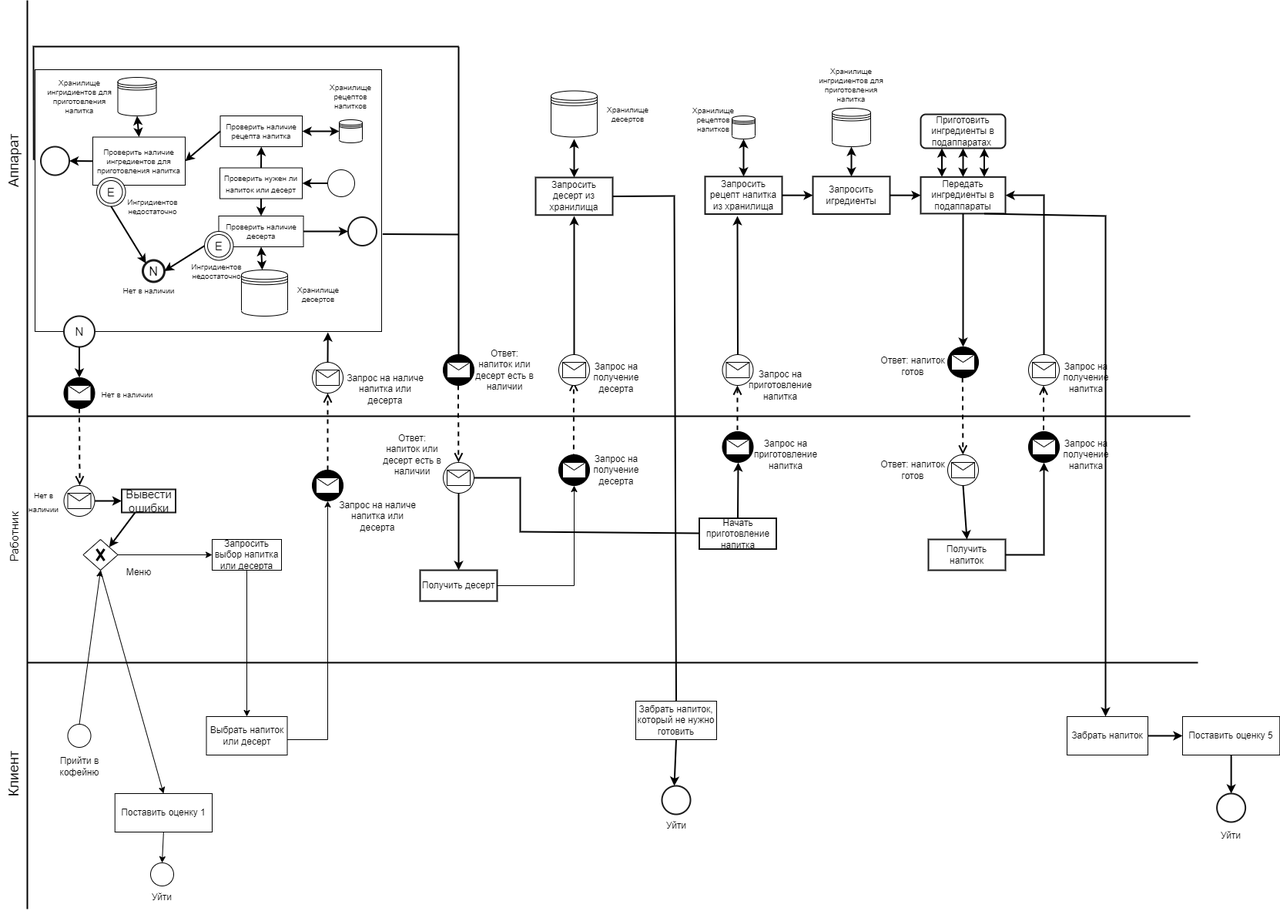
Before: docs/cafe_bpmn.png, a diagram exported from draw.io (aswejei/cafe_ppvis). Source tidied: cells renumbered, new cells last; positions are measured from the earlier drawing's top-left corner, leaving out a move shared by most shapes.
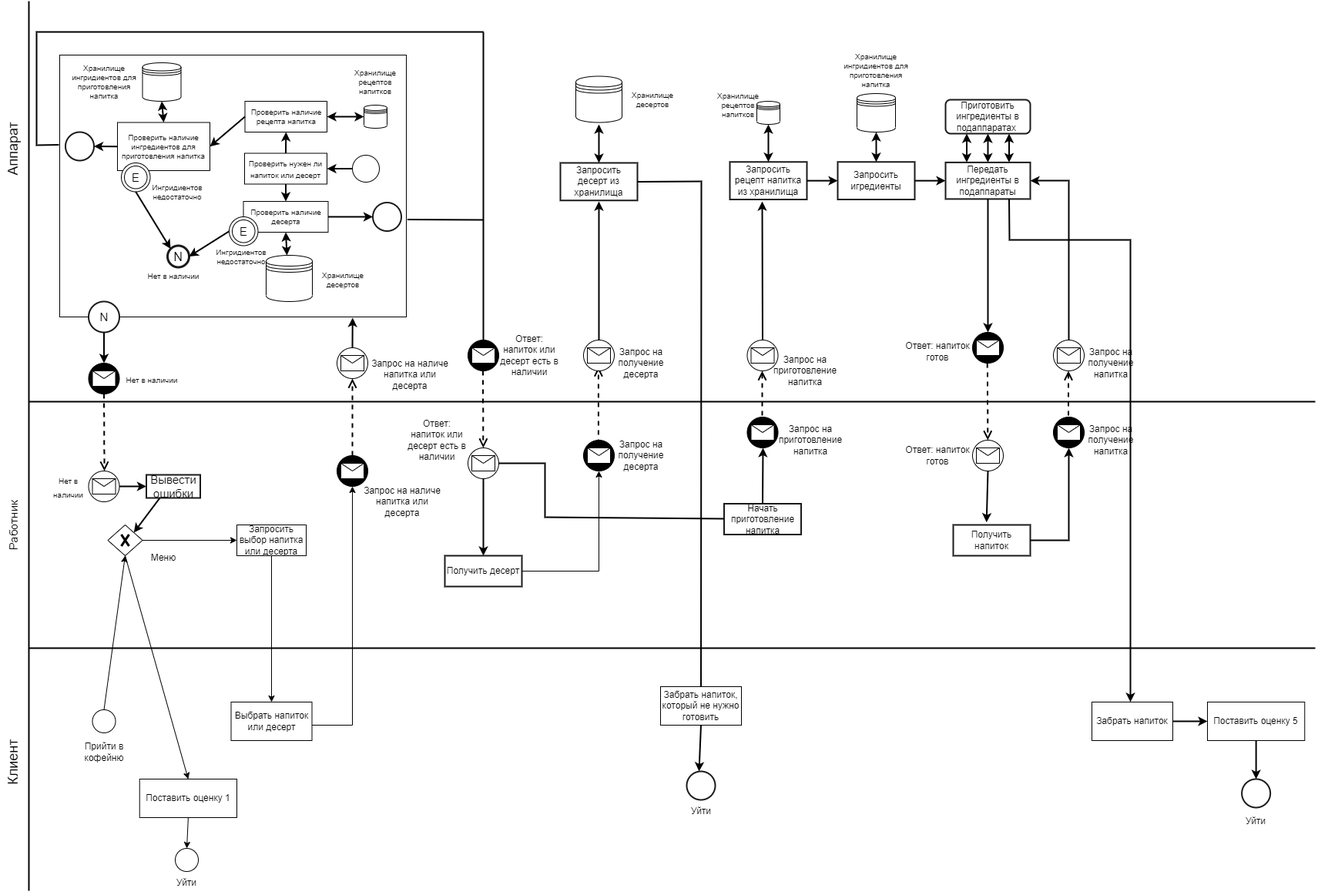
The same file after the commit.

Diff of the diagram source:
```diff
@@ -73,20 +73,20 @@
     </mxCell>
     <mxCell id="21" style="endArrow=none;html=1;rounded=0;strokeWidth=2;" parent="1" edge="1">
       <mxGeometry relative="1" as="geometry">
-        <mxPoint x="152" y="1180" as="sourcePoint" />
-        <mxPoint x="152" as="targetPoint" />
+        <mxPoint x="122" y="1175" as="sourcePoint" />
+        <mxPoint x="122" y="20" as="targetPoint" />
       </mxGeometry>
     </mxCell>
     <mxCell id="22" style="endArrow=none;html=1;rounded=0;strokeWidth=2;" parent="1" edge="1">
       <mxGeometry relative="1" as="geometry">
-        <mxPoint x="152" y="860" as="sourcePoint" />
-        <mxPoint x="1672" y="860" as="targetPoint" />
+        <mxPoint x="122" y="860" as="sourcePoint" />
+        <mxPoint x="1792" y="860" as="targetPoint" />
       </mxGeometry>
     </mxCell>
     <mxCell id="23" style="endArrow=none;html=1;rounded=0;strokeWidth=2;" parent="1" edge="1">
       <mxGeometry relative="1" as="geometry">
-        <mxPoint x="152" y="540" as="sourcePoint" />
-        <mxPoint x="1662" y="540" as="targetPoint" />
+        <mxPoint x="122" y="540" as="sourcePoint" />
+        <mxPoint x="1792" y="540" as="targetPoint" />
       </mxGeometry>
     </mxCell>
     <mxCell id="24" style="ellipse;whiteSpace=wrap;html=1;fillStyle=solid;strokeColor=#000000;fillColor=#FFFFFF;" parent="1" vertex="1">
@@ -229,22 +229,24 @@
     <mxCell id="68" style="endArrow=classic;html=1;rounded=0;strokeWidth=2;fontSize=15;exitX=0.25;exitY=1;exitDx=0;exitDy=0;entryX=1;entryY=0;entryDx=0;entryDy=0;" parent="1" edge="1" source="67" target="5">
       <mxGeometry relative="1" as="geometry" />
     </mxCell>
-    <mxCell id="69" style="endArrow=none;html=1;rounded=0;strokeWidth=2;fontSize=15;exitX=-0.004;exitY=0.345;exitDx=0;exitDy=0;exitPerimeter=0;" parent="1" edge="1" source="19">
+    <mxCell id="69" style="endArrow=none;html=1;rounded=0;strokeWidth=2;fontSize=15;exitX=-0.002;exitY=0.343;exitDx=0;exitDy=0;exitPerimeter=0;" parent="1" edge="1" source="19">
       <mxGeometry relative="1" as="geometry">
         <mxPoint x="712" y="60" as="targetPoint" />
         <Array as="points">
+          <mxPoint x="132" y="207" />
+          <mxPoint x="132" y="60" />
           <mxPoint x="160" y="60" />
         </Array>
       </mxGeometry>
     </mxCell>
     <mxCell id="70" value="&lt;font style=&quot;font-size: 18px;&quot;&gt;Клиент&lt;/font&gt;" style="text;html=1;strokeColor=none;fillColor=none;align=center;verticalAlign=middle;whiteSpace=wrap;rounded=0;fillStyle=solid;strokeWidth=5;fontSize=15;rotation=-90;" parent="1" vertex="1">
-      <mxGeometry x="-0.5" y="990" width="270" height="30" as="geometry" />
+      <mxGeometry x="-33" y="993.1" width="270" height="30" as="geometry" />
     </mxCell>
     <mxCell id="71" value="Работник" style="text;html=1;strokeColor=none;fillColor=none;align=center;verticalAlign=middle;whiteSpace=wrap;rounded=0;fillStyle=solid;strokeWidth=5;fontSize=15;rotation=-90;" parent="1" vertex="1">
-      <mxGeometry x="-0.5" y="682.5" width="270" height="30" as="geometry" />
+      <mxGeometry x="-33" y="685.6" width="270" height="30" as="geometry" />
     </mxCell>
     <mxCell id="72" value="&lt;span style=&quot;font-size: 18px;&quot;&gt;Аппарат&lt;br&gt;&lt;/span&gt;" style="text;html=1;strokeColor=none;fillColor=none;align=center;verticalAlign=middle;whiteSpace=wrap;rounded=0;fillStyle=solid;strokeWidth=5;fontSize=15;rotation=-90;" parent="1" vertex="1">
-      <mxGeometry x="-0.5" y="193.8" width="270" height="30" as="geometry" />
+      <mxGeometry x="-33" y="196.9" width="270" height="30" as="geometry" />
     </mxCell>
     <mxCell id="73" style="endArrow=none;html=1;rounded=0;strokeWidth=2;fontSize=18;" parent="1" edge="1">
       <mxGeometry relative="1" as="geometry">
@@ -337,7 +339,7 @@
     <mxCell id="95" style="endArrow=none;html=1;rounded=0;strokeWidth=2;fontSize=12;exitX=1;exitY=0.5;exitDx=0;exitDy=0;entryX=0.5;entryY=0;entryDx=0;entryDy=0;" parent="1" edge="1" source="91" target="96">
       <mxGeometry relative="1" as="geometry">
         <Array as="points">
-          <mxPoint x="992" y="254" />
+          <mxPoint x="995" y="254" />
         </Array>
       </mxGeometry>
     </mxCell>
@@ -479,7 +481,7 @@
     <mxCell id="134" value="Получить напиток" style="rounded=0;whiteSpace=wrap;html=1;fillStyle=solid;strokeColor=#1A1A1A;strokeWidth=2;fontSize=12;fillColor=#FFFFFF;gradientColor=none;" parent="1" vertex="1">
       <mxGeometry x="1322" y="700" width="100" height="40" as="geometry" />
     </mxCell>
-    <mxCell id="135" style="endArrow=classic;html=1;rounded=0;strokeWidth=2;fontSize=12;exitX=0.5;exitY=1;exitDx=0;exitDy=0;entryX=0.5;entryY=0;entryDx=0;entryDy=0;" parent="1" edge="1" source="130" target="134">
+    <mxCell id="135" style="endArrow=classic;html=1;rounded=0;strokeWidth=2;fontSize=12;exitX=0.5;exitY=1;exitDx=0;exitDy=0;entryX=0.432;entryY=-0.083;entryDx=0;entryDy=0;entryPerimeter=0;" parent="1" edge="1" source="130" target="134">
       <mxGeometry relative="1" as="geometry" />
     </mxCell>
     <mxCell id="136" style="endArrow=classic;html=1;rounded=0;strokeWidth=2;fontSize=12;exitX=1;exitY=0.5;exitDx=0;exitDy=0;" parent="1" edge="1" source="134">
@@ -526,7 +528,8 @@
       <mxGeometry relative="1" as="geometry">
         <mxPoint x="1552" y="930" as="targetPoint" />
         <Array as="points">
-          <mxPoint x="1552" y="280" />
+          <mxPoint x="1395" y="330" />
+          <mxPoint x="1552" y="330" />
         </Array>
       </mxGeometry>
     </mxCell>
```
